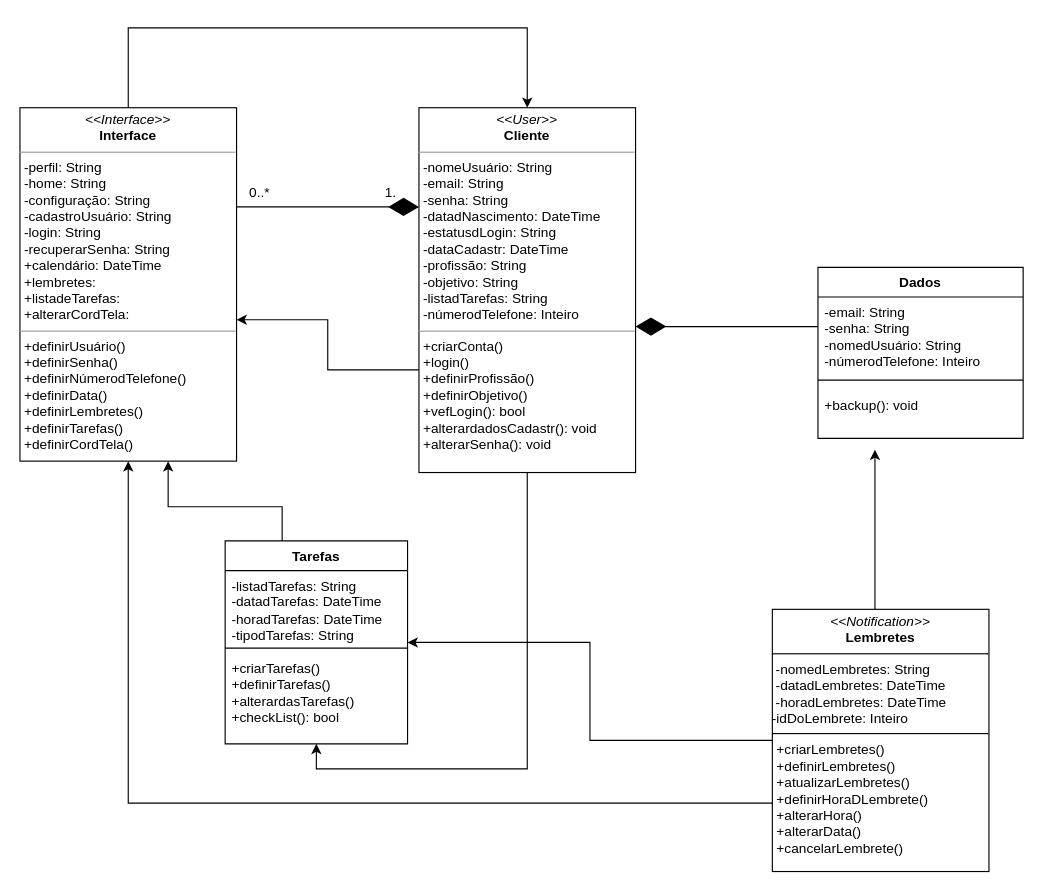
Before: docs/img/Diagrama de classe.drawio in ICEI-PUC-Minas-PMV-ADS/pmv-ads-2024-1-e2-proj-int-t3-grupo03, a draw.io diagram. Source tidied: cells renumbered, new cells numbered last; positions are measured from the earlier drawing's top-left corner, leaving out a move shared by most shapes. Both pictures are drawn from the tidied source at 114%, with x=0, y=0 at pixel (19, 27).
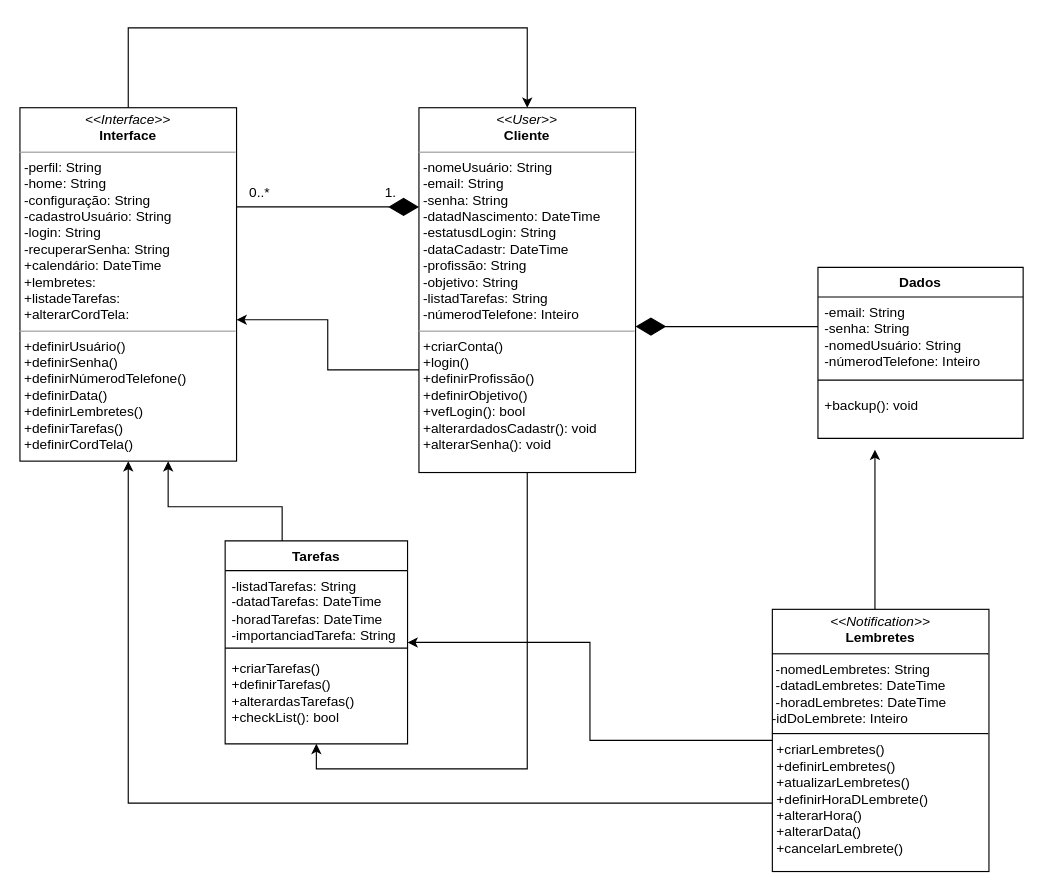
The same diagram, later.

Commit message:
Diagrama de classe KIPA.drawio

The change refers to these unchanged cells:
```xml
<mxCell id="10" value="Tarefas" style="swimlane;fontStyle=1;align=center;verticalAlign=top;horizontal=1;startSize=26;whiteSpace=wrap;html=1;" parent="1" vertex="1">
  <mxGeometry x="180" y="450" width="160" height="178" as="geometry" />
</mxCell>
```

Diff of the diagram source:
```diff
@@
-    <mxCell id="11" value="-listadTarefas:&amp;nbsp;&lt;span style=&quot;text-wrap: nowrap;&quot;&gt;String&lt;/span&gt;&lt;div&gt;&lt;span style=&quot;background-color: initial;&quot;&gt;&lt;span style=&quot;text-wrap: nowrap;&quot;&gt;-datadTarefas: DateTime&lt;/span&gt;&lt;/span&gt;&lt;/div&gt;&lt;div&gt;&lt;span style=&quot;background-color: initial;&quot;&gt;&lt;span style=&quot;text-wrap: nowrap;&quot;&gt;-horadTarefas:&amp;nbsp;&lt;/span&gt;&lt;/span&gt;&lt;span style=&quot;text-wrap: nowrap; background-color: initial;&quot;&gt;DateTime&lt;/span&gt;&lt;/div&gt;&lt;div&gt;&lt;span style=&quot;background-color: initial;&quot;&gt;&lt;span style=&quot;text-wrap: nowrap;&quot;&gt;-tipodTarefas:&amp;nbsp;&lt;/span&gt;&lt;/span&gt;&lt;span style=&quot;text-wrap: nowrap; background-color: initial;&quot;&gt;String&lt;/span&gt;&lt;/div&gt;" style="text;strokeColor=none;fillColor=none;align=left;verticalAlign=top;spacingLeft=4;spacingRight=4;overflow=hidden;whiteSpace=wrap;html=1;" parent="10" vertex="1">
+    <mxCell id="11" value="-listadTarefas:&amp;nbsp;&lt;span style=&quot;text-wrap: nowrap;&quot;&gt;String&lt;/span&gt;&lt;div&gt;&lt;span style=&quot;background-color: initial;&quot;&gt;&lt;span style=&quot;text-wrap: nowrap;&quot;&gt;-datadTarefas: DateTime&lt;/span&gt;&lt;/span&gt;&lt;/div&gt;&lt;div&gt;&lt;span style=&quot;background-color: initial;&quot;&gt;&lt;span style=&quot;text-wrap: nowrap;&quot;&gt;-horadTarefas:&amp;nbsp;&lt;/span&gt;&lt;/span&gt;&lt;span style=&quot;text-wrap: nowrap; background-color: initial;&quot;&gt;DateTime&lt;/span&gt;&lt;/div&gt;&lt;div&gt;&lt;span style=&quot;background-color: initial;&quot;&gt;&lt;span style=&quot;text-wrap: nowrap;&quot;&gt;-importanciadTarefa:&amp;nbsp;&lt;/span&gt;&lt;/span&gt;&lt;span style=&quot;text-wrap: nowrap; background-color: initial;&quot;&gt;String&lt;/span&gt;&lt;/div&gt;" style="text;strokeColor=none;fillColor=none;align=left;verticalAlign=top;spacingLeft=4;spacingRight=4;overflow=hidden;whiteSpace=wrap;html=1;" parent="10" vertex="1">
       <mxGeometry y="26" width="160" height="64" as="geometry" />
     </mxCell>
```
